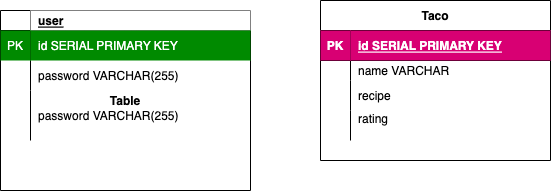
Above: Untitled Diagram.drawio.png in danieldenton/cryptowatch (draw.io), before the change. Source tidied: cells renumbered, new cells last; positions are measured from the earlier drawing's top-left corner, leaving out a move shared by most shapes.
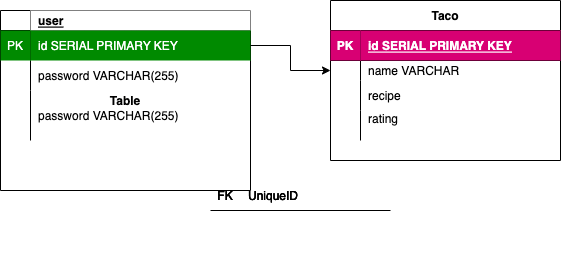
Later version of the same file.

Diff of the diagram source:
```diff
@@ -3,7 +3,7 @@
     <mxCell id="0" />
     <mxCell id="1" parent="0" />
     <mxCell id="2" value="Table" style="shape=table;startSize=0;rowLines=0;fontStyle=1;align=center;" parent="1" vertex="1">
-      <mxGeometry y="10" width="250" height="180" as="geometry" />
+      <mxGeometry x="-10" y="10" width="250" height="180" as="geometry" />
     </mxCell>
     <mxCell id="3" style="shape=tableRow;horizontal=0;startSize=0;swimlaneHead=0;swimlaneBody=0;fillColor=none;top=0;left=0;right=0;bottom=1;" parent="2" vertex="1">
       <mxGeometry width="250" height="20" as="geometry" />
@@ -80,5 +80,68 @@
     <mxCell id="27" value="rating&#10;" style="shape=partialRectangle;fillColor=none;top=0;left=0;bottom=0;right=0;align=left;spacingLeft=6;overflow=hidden;" parent="25" vertex="1">
       <mxGeometry x="30" width="200" height="30" as="geometry" />
     </mxCell>
+    <mxCell id="28" style="shape=table;startSize=0;rowLines=0;fontStyle=0;align=center;strokeColor=none;fillColor=none;" parent="1" vertex="1">
+      <mxGeometry x="200" y="180" width="180" height="30" as="geometry" />
+    </mxCell>
+    <mxCell id="29" style="shape=tableRow;horizontal=0;startSize=0;swimlaneHead=0;swimlaneBody=0;fillColor=none;top=0;left=0;right=0;bottom=0;" parent="28" vertex="1">
+      <mxGeometry width="180" height="30" as="geometry" />
+    </mxCell>
+    <mxCell id="30" value="FK" style="shape=partialRectangle;fillColor=none;top=0;left=0;bottom=0;right=0;fontStyle=0;overflow=hidden;" parent="29" vertex="1">
+      <mxGeometry width="30" height="30" as="geometry" />
+    </mxCell>
+    <mxCell id="31" value="UniqueID" style="shape=partialRectangle;fillColor=none;top=0;left=0;bottom=0;right=0;align=left;spacingLeft=6;fontStyle=0;overflow=hidden;" parent="29" vertex="1">
+      <mxGeometry x="30" width="150" height="30" as="geometry" />
+    </mxCell>
+    <mxCell id="32" style="shape=table;startSize=0;rowLines=0;fontStyle=0;align=center;strokeColor=none;fillColor=none;" parent="1" vertex="1">
+      <mxGeometry x="200" y="180" width="180" height="30" as="geometry" />
+    </mxCell>
+    <mxCell id="33" style="shape=tableRow;horizontal=0;startSize=0;swimlaneHead=0;swimlaneBody=0;fillColor=none;top=0;left=0;right=0;bottom=0;" parent="32" vertex="1">
+      <mxGeometry width="180" height="30" as="geometry" />
+    </mxCell>
+    <mxCell id="34" value="FK" style="shape=partialRectangle;fillColor=none;top=0;left=0;bottom=0;right=0;fontStyle=0;overflow=hidden;" parent="33" vertex="1">
+      <mxGeometry width="30" height="30" as="geometry" />
+    </mxCell>
+    <mxCell id="35" value="UniqueID" style="shape=partialRectangle;fillColor=none;top=0;left=0;bottom=0;right=0;align=left;spacingLeft=6;fontStyle=0;overflow=hidden;" parent="33" vertex="1">
+      <mxGeometry x="30" width="150" height="30" as="geometry" />
+    </mxCell>
+    <mxCell id="36" style="shape=table;startSize=0;rowLines=0;fontStyle=0;align=center;strokeColor=none;fillColor=none;" parent="1" vertex="1">
+      <mxGeometry x="200" y="180" width="180" height="30" as="geometry" />
+    </mxCell>
+    <mxCell id="37" style="shape=tableRow;horizontal=0;startSize=0;swimlaneHead=0;swimlaneBody=0;fillColor=none;top=0;left=0;right=0;bottom=0;" parent="36" vertex="1">
+      <mxGeometry width="180" height="30" as="geometry" />
+    </mxCell>
+    <mxCell id="38" value="FK" style="shape=partialRectangle;fillColor=none;top=0;left=0;bottom=0;right=0;fontStyle=0;overflow=hidden;" parent="37" vertex="1">
+      <mxGeometry width="30" height="30" as="geometry" />
+    </mxCell>
+    <mxCell id="39" value="UniqueID" style="shape=partialRectangle;fillColor=none;top=0;left=0;bottom=0;right=0;align=left;spacingLeft=6;fontStyle=0;overflow=hidden;" parent="37" vertex="1">
+      <mxGeometry x="30" width="150" height="30" as="geometry" />
+    </mxCell>
+    <mxCell id="40" style="shape=table;startSize=0;rowLines=0;fontStyle=0;align=center;strokeColor=none;fillColor=none;" parent="1" vertex="1">
+      <mxGeometry x="200" y="180" width="180" height="30" as="geometry" />
+    </mxCell>
+    <mxCell id="41" style="shape=tableRow;horizontal=0;startSize=0;swimlaneHead=0;swimlaneBody=0;fillColor=none;top=0;left=0;right=0;bottom=1;" parent="40" vertex="1">
+      <mxGeometry width="180" height="30" as="geometry" />
+    </mxCell>
+    <mxCell id="42" style="shape=partialRectangle;fillColor=none;top=0;left=0;bottom=0;right=0;fontStyle=1;overflow=hidden;" parent="41" vertex="1">
+      <mxGeometry width="30" height="30" as="geometry" />
+    </mxCell>
+    <mxCell id="43" style="shape=partialRectangle;fillColor=none;top=0;left=0;bottom=0;right=0;align=left;spacingLeft=6;fontStyle=5;overflow=hidden;" parent="41" vertex="1">
+      <mxGeometry x="30" width="150" height="30" as="geometry" />
+    </mxCell>
+    <mxCell id="44" style="shape=table;startSize=0;rowLines=0;fontStyle=0;align=center;strokeColor=none;fillColor=none;" parent="1" vertex="1">
+      <mxGeometry x="250" y="230" width="180" height="30" as="geometry" />
+    </mxCell>
+    <mxCell id="45" style="shape=tableRow;horizontal=0;startSize=0;swimlaneHead=0;swimlaneBody=0;fillColor=none;top=0;left=0;right=0;bottom=0;" parent="44" vertex="1">
+      <mxGeometry width="180" height="30" as="geometry" />
+    </mxCell>
+    <mxCell id="46" style="shape=partialRectangle;fillColor=none;top=0;left=0;bottom=0;right=0;overflow=hidden;" parent="45" vertex="1">
+      <mxGeometry width="30" height="30" as="geometry" />
+    </mxCell>
+    <mxCell id="47" style="shape=partialRectangle;fillColor=none;top=0;left=0;bottom=0;right=0;align=left;spacingLeft=6;overflow=hidden;" parent="45" vertex="1">
+      <mxGeometry x="30" width="150" height="30" as="geometry" />
+    </mxCell>
+    <mxCell id="48" style="edgeStyle=orthogonalEdgeStyle;rounded=0;jettySize=auto;html=1;exitX=1;exitY=0.5;exitDx=0;exitDy=0;entryX=0;entryY=0.5;entryDx=0;entryDy=0;" parent="1" edge="1" source="6" target="19">
+      <mxGeometry relative="1" as="geometry" />
+    </mxCell>
   </root>
 </mxGraphModel>
```
